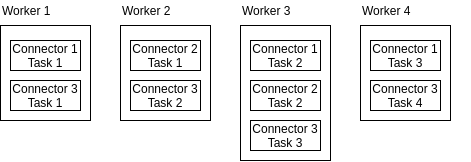
This is assets/img/blog/kafka/kafka-connect-workers-cluster.png from medeiros/medeiros.github.io, a draw.io export, as it was before one commit. Source tidied: cells renumbered, new cells last; positions are measured from the earlier drawing's top-left corner, leaving out a move shared by most shapes.
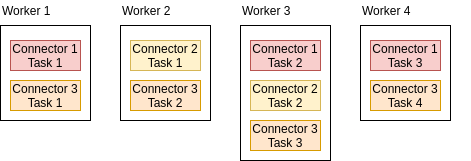
Above is the later version.

Commit message:
Add content about Kafka Connect

Using FileStreamSourceConnector in a standalone mode.

The edit, as a diff of the source:
```diff
@@ -5,10 +5,10 @@
     <mxCell id="2" style="rounded=0;whiteSpace=wrap;html=1;" parent="1" vertex="1">
       <mxGeometry y="25" width="90" height="95" as="geometry" />
     </mxCell>
-    <mxCell id="3" value="Connector 1&lt;br&gt;Task 1" style="rounded=0;whiteSpace=wrap;html=1;" parent="1" vertex="1">
+    <mxCell id="3" value="Connector 1&lt;br&gt;Task 1" style="rounded=0;whiteSpace=wrap;html=1;fillColor=#f8cecc;strokeColor=#b85450;" parent="1" vertex="1">
       <mxGeometry x="10" y="40" width="70" height="30" as="geometry" />
     </mxCell>
-    <mxCell id="4" value="Connector 3&lt;br&gt;Task 1" style="rounded=0;whiteSpace=wrap;html=1;" parent="1" vertex="1">
+    <mxCell id="4" value="Connector 3&lt;br&gt;Task 1" style="rounded=0;whiteSpace=wrap;html=1;fillColor=#ffe6cc;strokeColor=#d79b00;" parent="1" vertex="1">
       <mxGeometry x="10" y="80" width="70" height="30" as="geometry" />
     </mxCell>
     <mxCell id="5" value="Worker 1" style="text;html=1;strokeColor=none;fillColor=none;align=left;verticalAlign=middle;whiteSpace=wrap;rounded=0;" parent="1" vertex="1">
@@ -17,10 +17,10 @@
     <mxCell id="6" style="rounded=0;whiteSpace=wrap;html=1;" parent="1" vertex="1">
       <mxGeometry x="120" y="25" width="90" height="95" as="geometry" />
     </mxCell>
-    <mxCell id="7" value="Connector 2&lt;br&gt;Task 1" style="rounded=0;whiteSpace=wrap;html=1;" parent="1" vertex="1">
+    <mxCell id="7" value="Connector 2&lt;br&gt;Task 1" style="rounded=0;whiteSpace=wrap;html=1;fillColor=#fff2cc;strokeColor=#d6b656;" parent="1" vertex="1">
       <mxGeometry x="130" y="40" width="70" height="30" as="geometry" />
     </mxCell>
-    <mxCell id="8" value="Connector 3&lt;br&gt;Task 2" style="rounded=0;whiteSpace=wrap;html=1;" parent="1" vertex="1">
+    <mxCell id="8" value="Connector 3&lt;br&gt;Task 2" style="rounded=0;whiteSpace=wrap;html=1;fillColor=#ffe6cc;strokeColor=#d79b00;" parent="1" vertex="1">
       <mxGeometry x="130" y="80" width="70" height="30" as="geometry" />
     </mxCell>
     <mxCell id="9" value="Worker 2" style="text;html=1;strokeColor=none;fillColor=none;align=left;verticalAlign=middle;whiteSpace=wrap;rounded=0;" parent="1" vertex="1">
@@ -29,10 +29,10 @@
     <mxCell id="10" style="rounded=0;whiteSpace=wrap;html=1;" parent="1" vertex="1">
       <mxGeometry x="240" y="25" width="90" height="135" as="geometry" />
     </mxCell>
-    <mxCell id="11" value="Connector 1&lt;br&gt;Task 2" style="rounded=0;whiteSpace=wrap;html=1;" parent="1" vertex="1">
+    <mxCell id="11" value="Connector 1&lt;br&gt;Task 2" style="rounded=0;whiteSpace=wrap;html=1;fillColor=#f8cecc;strokeColor=#b85450;" parent="1" vertex="1">
       <mxGeometry x="250" y="40" width="70" height="30" as="geometry" />
     </mxCell>
-    <mxCell id="12" value="Connector 2&lt;br&gt;Task 2" style="rounded=0;whiteSpace=wrap;html=1;" parent="1" vertex="1">
+    <mxCell id="12" value="Connector 2&lt;br&gt;Task 2" style="rounded=0;whiteSpace=wrap;html=1;fillColor=#fff2cc;strokeColor=#d6b656;" parent="1" vertex="1">
       <mxGeometry x="250" y="80" width="70" height="30" as="geometry" />
     </mxCell>
     <mxCell id="13" value="Worker 3" style="text;html=1;strokeColor=none;fillColor=none;align=left;verticalAlign=middle;whiteSpace=wrap;rounded=0;" parent="1" vertex="1">
@@ -41,16 +41,16 @@
     <mxCell id="14" style="rounded=0;whiteSpace=wrap;html=1;" parent="1" vertex="1">
       <mxGeometry x="360" y="25" width="90" height="95" as="geometry" />
     </mxCell>
-    <mxCell id="15" value="Connector 1&lt;br&gt;Task 3" style="rounded=0;whiteSpace=wrap;html=1;" parent="1" vertex="1">
+    <mxCell id="15" value="Connector 1&lt;br&gt;Task 3" style="rounded=0;whiteSpace=wrap;html=1;fillColor=#f8cecc;strokeColor=#b85450;" parent="1" vertex="1">
       <mxGeometry x="370" y="40" width="70" height="30" as="geometry" />
     </mxCell>
-    <mxCell id="16" value="Connector 3&lt;br&gt;Task 4" style="rounded=0;whiteSpace=wrap;html=1;" parent="1" vertex="1">
+    <mxCell id="16" value="Connector 3&lt;br&gt;Task 4" style="rounded=0;whiteSpace=wrap;html=1;fillColor=#ffe6cc;strokeColor=#d79b00;" parent="1" vertex="1">
       <mxGeometry x="370" y="80" width="70" height="30" as="geometry" />
     </mxCell>
     <mxCell id="17" value="Worker 4" style="text;html=1;strokeColor=none;fillColor=none;align=left;verticalAlign=middle;whiteSpace=wrap;rounded=0;" parent="1" vertex="1">
       <mxGeometry x="360" width="110" height="20" as="geometry" />
     </mxCell>
-    <mxCell id="18" value="Connector 3&lt;br&gt;Task 3" style="rounded=0;whiteSpace=wrap;html=1;" parent="1" vertex="1">
+    <mxCell id="18" value="Connector 3&lt;br&gt;Task 3" style="rounded=0;whiteSpace=wrap;html=1;fillColor=#ffe6cc;strokeColor=#d79b00;" parent="1" vertex="1">
       <mxGeometry x="250" y="120" width="70" height="30" as="geometry" />
     </mxCell>
   </root>
```
